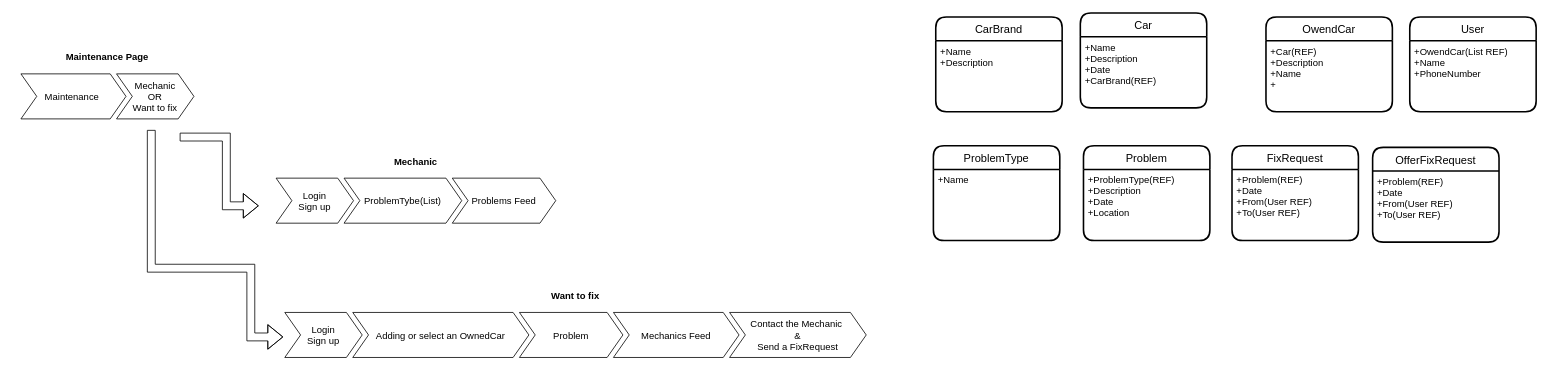
The draw.io diagram page "Overview" (1 of 6) of Diagram/Prototype v0.1/MetainenceInterfaceDiagram.drawio in omarwasfi/CM, before the edit. Source tidied: cells renumbered, new cells numbered last; positions are measured from the earlier drawing's top-left corner, leaving out a move shared by most shapes. Both pictures are drawn from the tidied source at 79%, with x=0, y=0 at pixel (13, 13).
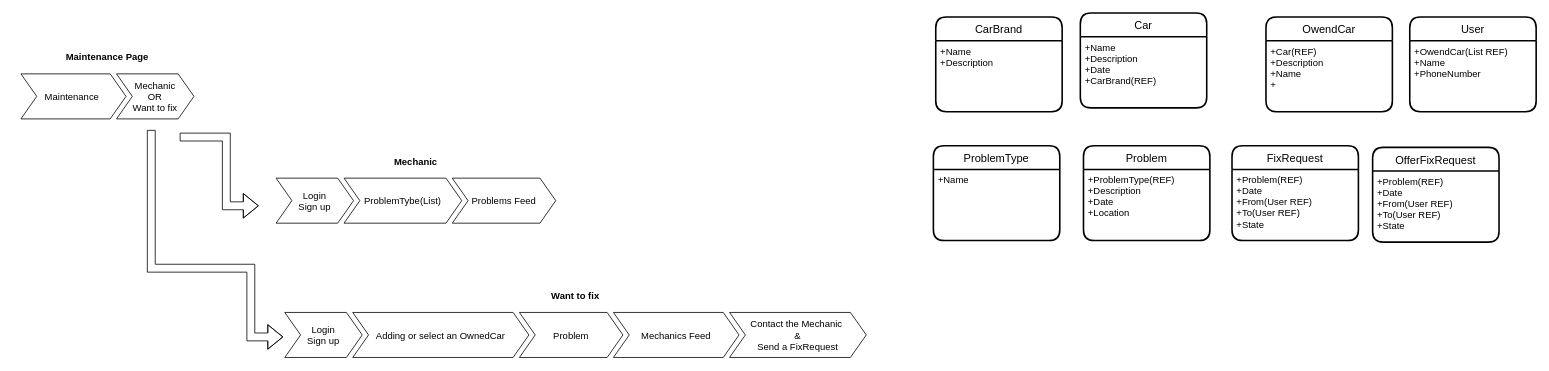
The same diagram, later.

Unchanged cells that the change refers to:
```xml
<mxCell id="21" value="FixRequest" style="swimlane;horizontal=1;startSize=30;rounded=1;fontSize=14;fontStyle=0;strokeWidth=2;shadow=0;dashed=0;align=center;" parent="1" vertex="1">
  <mxGeometry x="1543" y="168" width="160" height="120" as="geometry" />
</mxCell>
<mxCell id="31" value="OfferFixRequest" style="swimlane;horizontal=1;startSize=30;rounded=1;fontSize=14;fontStyle=0;strokeWidth=2;shadow=0;dashed=0;align=center;" parent="1" vertex="1">
  <mxGeometry x="1721" y="170" width="160" height="120" as="geometry" />
</mxCell>
```

Change to the diagram source:
```diff
@@
-    <mxCell id="22" value="+Problem(REF)&#10;+Date&#10;+From(User REF)&#10;+To(User REF)" style="align=left;strokeColor=none;fillColor=none;spacingLeft=4;fontSize=12;verticalAlign=top;" parent="21" vertex="1">
+    <mxCell id="22" value="+Problem(REF)&#10;+Date&#10;+From(User REF)&#10;+To(User REF)&#10;+State" style="align=left;strokeColor=none;fillColor=none;spacingLeft=4;fontSize=12;verticalAlign=top;" parent="21" vertex="1">
       <mxGeometry y="30" width="160" height="90" as="geometry" />
     </mxCell>
@@
-    <mxCell id="32" value="+Problem(REF)&#10;+Date&#10;+From(User REF)&#10;+To(User REF)" style="align=left;strokeColor=none;fillColor=none;spacingLeft=4;fontSize=12;verticalAlign=top;" parent="31" vertex="1">
+    <mxCell id="32" value="+Problem(REF)&#10;+Date&#10;+From(User REF)&#10;+To(User REF)&#10;+State" style="align=left;strokeColor=none;fillColor=none;spacingLeft=4;fontSize=12;verticalAlign=top;" parent="31" vertex="1">
       <mxGeometry y="30" width="160" height="90" as="geometry" />
     </mxCell>
```
